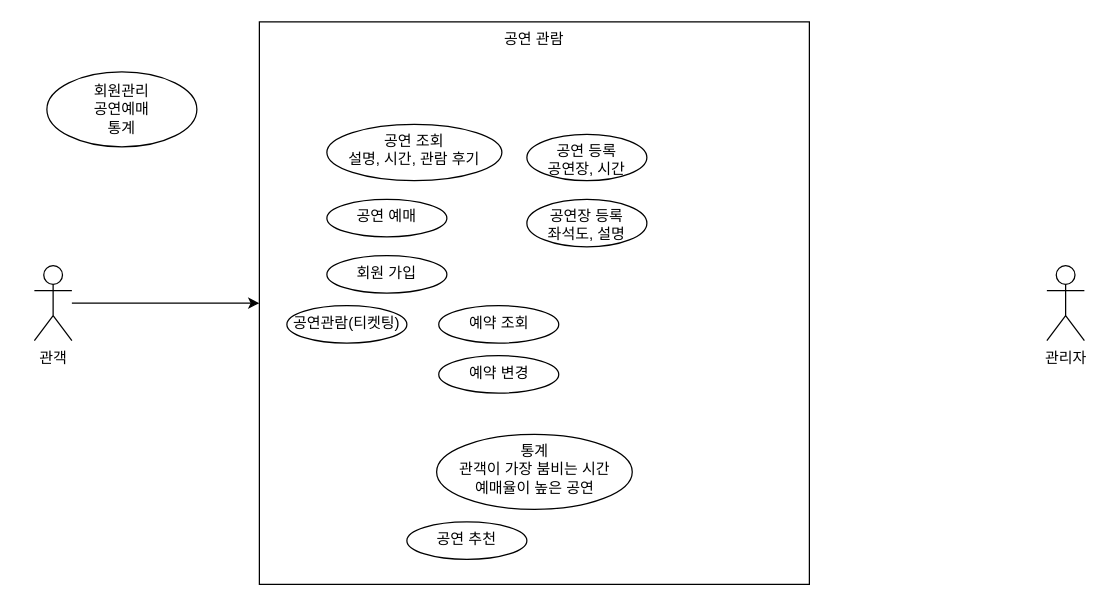
hunjuly/rehearsal keeps this draw.io diagram as requirements.drawio. Above is the earlier version. Source tidied: cells renumbered, new cells numbered last; positions are measured from the earlier drawing's top-left corner, leaving out a move shared by most shapes. Both pictures are drawn from the tidied source at 125%, with x=0, y=0 at pixel (34, 21).
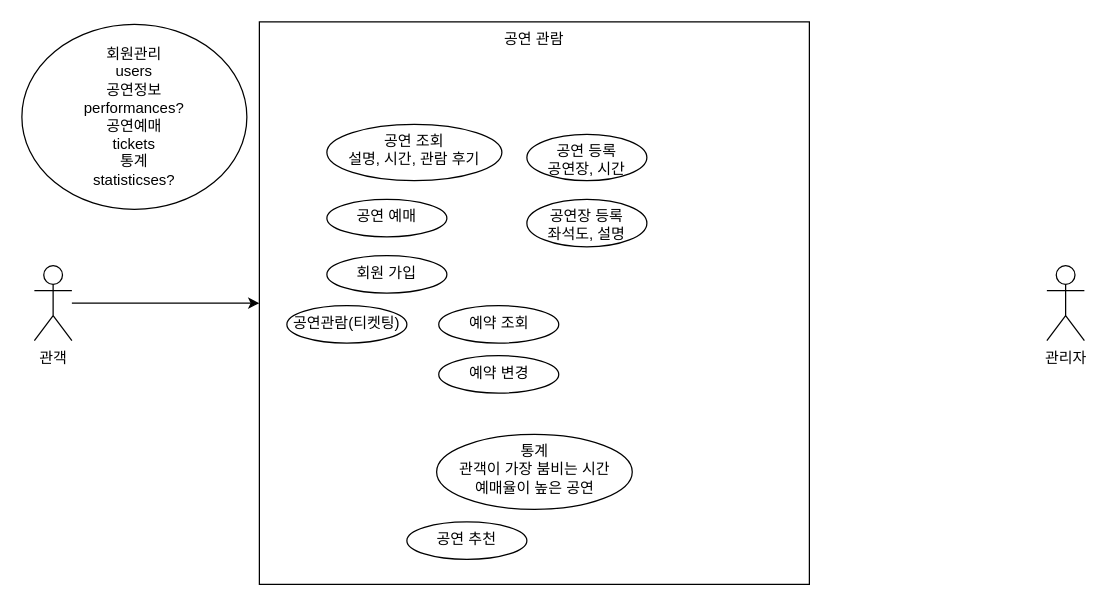
The same diagram, later.

The edit, as a diff of the source:
```diff
@@
 <mxGraphModel>
   <root>
     <mxCell id="0" />
     <mxCell id="1" parent="0" />
     <mxCell id="2" style="edgeStyle=orthogonalEdgeStyle;rounded=0;jettySize=auto;html=1;" parent="1" edge="1" source="3" target="5">
       <mxGeometry relative="1" as="geometry" />
     </mxCell>
     <mxCell id="3" value="관객" style="shape=umlActor;verticalLabelPosition=bottom;verticalAlign=top;html=1;outlineConnect=0;" parent="1" vertex="1">
       <mxGeometry y="195" width="30" height="60" as="geometry" />
     </mxCell>
     <mxCell id="4" value="관리자" style="shape=umlActor;verticalLabelPosition=bottom;verticalAlign=top;html=1;" parent="1" vertex="1">
       <mxGeometry x="810" y="195" width="30" height="60" as="geometry" />
     </mxCell>
     <mxCell id="5" value="공연 관람" style="whiteSpace=wrap;html=1;verticalAlign=top;" parent="1" vertex="1">
       <mxGeometry x="180" width="440" height="450" as="geometry" />
     </mxCell>
     <mxCell id="6" value="공연 조회&lt;br&gt;설명, 시간, 관람 후기" style="ellipse;whiteSpace=wrap;html=1;verticalAlign=top;" parent="1" vertex="1">
       <mxGeometry x="234" y="82" width="140" height="45" as="geometry" />
     </mxCell>
     <mxCell id="7" value="공연 예매" style="ellipse;whiteSpace=wrap;html=1;verticalAlign=top;" parent="1" vertex="1">
       <mxGeometry x="234" y="142" width="96" height="30" as="geometry" />
     </mxCell>
     <mxCell id="8" value="공연 등록&lt;br&gt;공연장, 시간" style="ellipse;whiteSpace=wrap;html=1;verticalAlign=top;" parent="1" vertex="1">
       <mxGeometry x="394" y="90" width="96" height="37" as="geometry" />
     </mxCell>
     <mxCell id="9" value="공연장 등록&lt;br&gt;좌석도, 설명" style="ellipse;whiteSpace=wrap;html=1;verticalAlign=top;" parent="1" vertex="1">
       <mxGeometry x="394" y="142" width="96" height="38" as="geometry" />
     </mxCell>
     <mxCell id="10" value="회원 가입" style="ellipse;whiteSpace=wrap;html=1;verticalAlign=top;" parent="1" vertex="1">
       <mxGeometry x="234" y="187" width="96" height="30" as="geometry" />
     </mxCell>
     <mxCell id="11" value="예약 조회" style="ellipse;whiteSpace=wrap;html=1;verticalAlign=top;" parent="1" vertex="1">
       <mxGeometry x="323.5" y="227" width="96" height="30" as="geometry" />
     </mxCell>
     <mxCell id="12" value="예약 변경" style="ellipse;whiteSpace=wrap;html=1;verticalAlign=top;" parent="1" vertex="1">
       <mxGeometry x="323.5" y="267" width="96" height="30" as="geometry" />
     </mxCell>
     <mxCell id="13" value="통계&lt;br&gt;관객이 가장 붐비는 시간&lt;br&gt;예매율이 높은 공연" style="ellipse;whiteSpace=wrap;html=1;verticalAlign=top;" parent="1" vertex="1">
       <mxGeometry x="321.8" y="330" width="156.5" height="60" as="geometry" />
     </mxCell>
     <mxCell id="14" value="공연 추천" style="ellipse;whiteSpace=wrap;html=1;verticalAlign=top;" parent="1" vertex="1">
       <mxGeometry x="298" y="400" width="96" height="30" as="geometry" />
     </mxCell>
-    <mxCell id="15" value="회원관리&lt;br&gt;공연예매&lt;br&gt;통계" style="ellipse;whiteSpace=wrap;html=1;" parent="1" vertex="1">
-      <mxGeometry x="10" y="40" width="120" height="60" as="geometry" />
+    <mxCell id="15" value="회원관리&lt;br&gt;users&lt;br&gt;공연정보&lt;br&gt;performances?&lt;br&gt;공연예매&lt;br&gt;tickets&lt;br&gt;통계&lt;br&gt;statisticses?" style="ellipse;whiteSpace=wrap;html=1;" parent="1" vertex="1">
+      <mxGeometry x="-10" y="2" width="180" height="148" as="geometry" />
     </mxCell>
     <mxCell id="16" value="공연관람(티켓팅)" style="ellipse;whiteSpace=wrap;html=1;verticalAlign=top;" parent="1" vertex="1">
       <mxGeometry x="202" y="227" width="96" height="30" as="geometry" />
     </mxCell>
   </root>
 </mxGraphModel>
```
